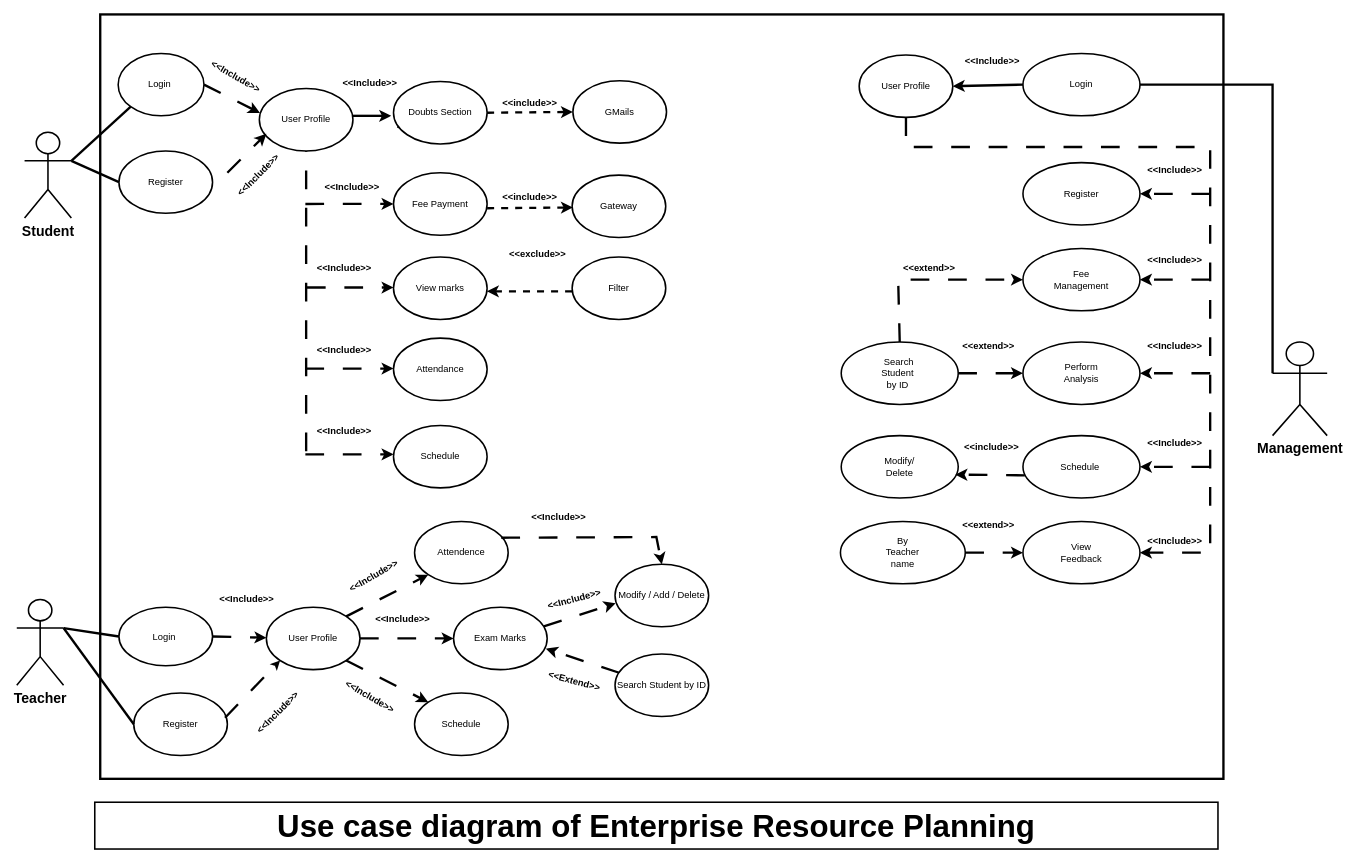
This is Untitled Diagram.drawio from Sumanth-Siddareddy/Enterprise-Resource-Planning, a draw.io file, before an edit. Source tidied: cells renumbered, new cells numbered last; positions are measured from the earlier drawing's top-left corner, leaving out a move shared by most shapes. Both pictures are drawn from the tidied source at 78%, with x=0, y=0 at pixel (16, 14).
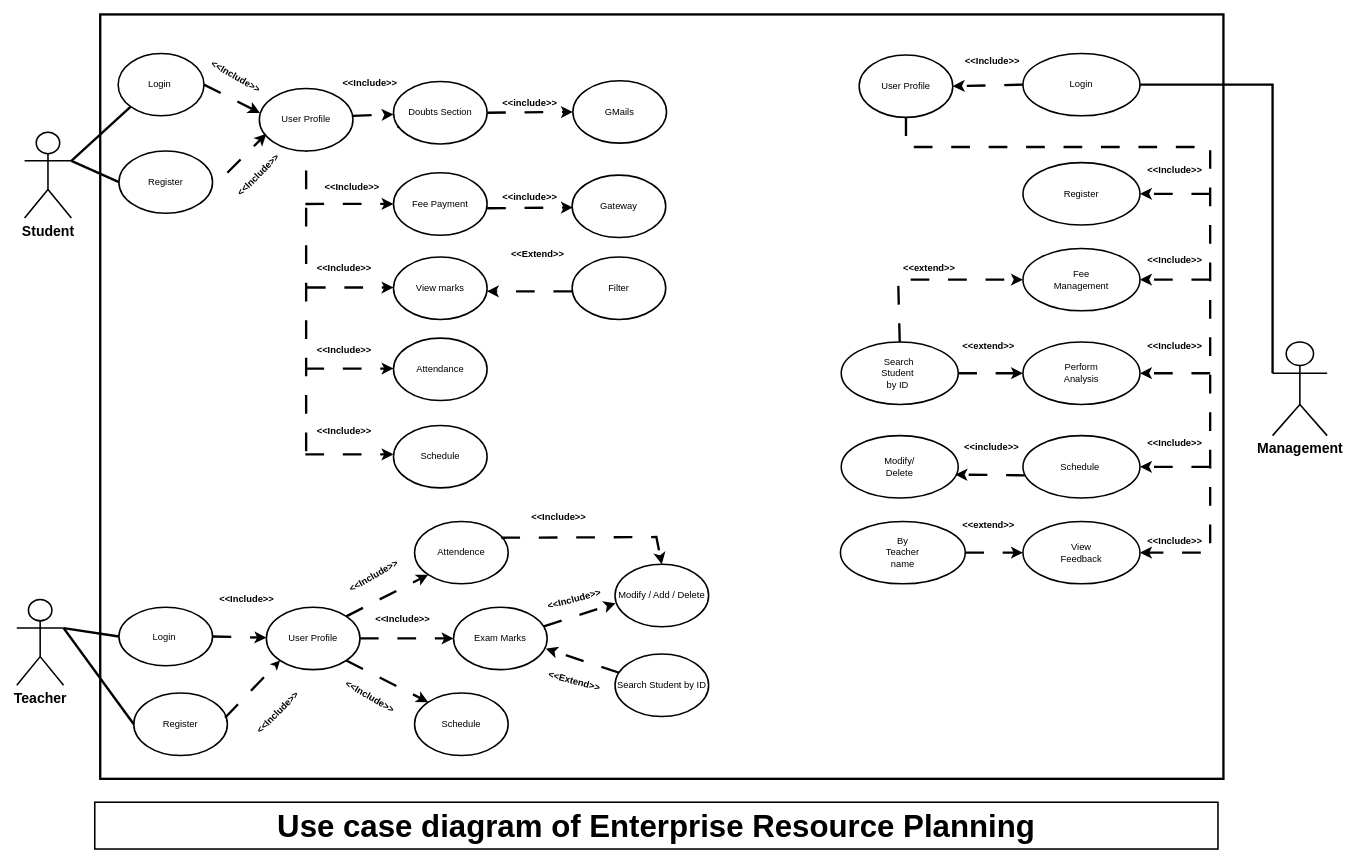
After the change.

The change refers to these unchanged cells:
```xml
<mxCell id="7" style="ellipse;whiteSpace=wrap;html=1;strokeWidth=2;" parent="1" vertex="1">
  <mxGeometry x="1290" y="50" width="150" height="80" as="geometry" />
</mxCell>
<mxCell id="8" value="Doubts Section" style="ellipse;whiteSpace=wrap;html=1;strokeWidth=2;" parent="1" vertex="1">
  <mxGeometry x="483" y="86" width="120" height="80" as="geometry" />
</mxCell>
<mxCell id="31" value="GMails" style="ellipse;whiteSpace=wrap;html=1;strokeWidth=2;" parent="1" vertex="1">
  <mxGeometry x="713" y="85" width="120" height="80" as="geometry" />
</mxCell>
<mxCell id="92" value="User Profile" style="ellipse;whiteSpace=wrap;html=1;strokeWidth=2;" parent="1" vertex="1">
  <mxGeometry x="1080" y="52" width="120" height="80" as="geometry" />
</mxCell>
```

Change to the diagram source:
```diff
@@
-    <mxCell id="35" style="endArrow=classic;html=1;rounded=0;entryX=0;entryY=0.5;entryDx=0;entryDy=0;exitX=1;exitY=0.5;exitDx=0;exitDy=0;dashed=1;strokeWidth=3;" parent="1" edge="1" source="8" target="31">
+    <mxCell id="35" style="endArrow=classic;html=1;rounded=0;entryX=0;entryY=0.5;entryDx=0;entryDy=0;exitX=1;exitY=0.5;exitDx=0;exitDy=0;dashed=1;strokeWidth=3;dashPattern=8 8;" parent="1" edge="1" source="8" target="31">
       <mxGeometry relative="1" as="geometry" />
     </mxCell>
@@
-    <mxCell id="53" style="endArrow=classic;html=1;rounded=0;entryX=0;entryY=0.5;entryDx=0;entryDy=0;exitX=1;exitY=0.5;exitDx=0;exitDy=0;dashed=1;strokeWidth=3;" parent="1" edge="1">
+    <mxCell id="53" style="endArrow=classic;html=1;rounded=0;entryX=0;entryY=0.5;entryDx=0;entryDy=0;exitX=1;exitY=0.5;exitDx=0;exitDy=0;dashed=1;strokeWidth=3;dashPattern=8 8;" parent="1" edge="1">
       <mxGeometry relative="1" as="geometry">
         <mxPoint x="603" y="248.5" as="sourcePoint" />
         <mxPoint x="713" y="247.5" as="targetPoint" />
       </mxGeometry>
     </mxCell>
@@
-    <mxCell id="59" style="endArrow=classic;html=1;rounded=0;dashed=1;entryX=0.188;entryY=0.357;entryDx=0;entryDy=0;entryPerimeter=0;strokeWidth=3;" parent="1" edge="1">
+    <mxCell id="59" style="endArrow=classic;html=1;rounded=0;dashed=1;entryX=0.188;entryY=0.357;entryDx=0;entryDy=0;entryPerimeter=0;strokeWidth=3;dashPattern=8 8;" parent="1" edge="1">
       <mxGeometry relative="1" as="geometry">
         <mxPoint x="712" y="355.1" as="sourcePoint" />
         <mxPoint x="602.7" y="355" as="targetPoint" />
       </mxGeometry>
     </mxCell>
@@
-    <mxCell id="63" value="&amp;lt;&amp;lt;exclude&amp;gt;&amp;gt;" style="text;html=1;align=center;verticalAlign=middle;whiteSpace=wrap;rounded=0;strokeWidth=3;fontStyle=1;" parent="1" vertex="1">
+    <mxCell id="63" value="&amp;lt;&amp;lt;Extend&amp;gt;&amp;gt;" style="text;html=1;align=center;verticalAlign=middle;whiteSpace=wrap;rounded=0;strokeWidth=3;fontStyle=1;" parent="1" vertex="1">
       <mxGeometry x="623" y="288" width="90" height="37" as="geometry" />
     </mxCell>
@@
-    <mxCell id="74" style="endArrow=classic;html=1;rounded=0;strokeWidth=3;" parent="1" edge="1">
+    <mxCell id="74" style="endArrow=classic;html=1;rounded=0;strokeWidth=3;dashed=1;dashPattern=8 8;" parent="1" edge="1" target="8">
       <mxGeometry relative="1" as="geometry">
         <mxPoint x="431" y="130" as="sourcePoint" />
-        <mxPoint x="480" y="130" as="targetPoint" />
       </mxGeometry>
     </mxCell>
@@
-    <mxCell id="94" style="endArrow=classic;html=1;rounded=0;exitX=0;exitY=0.5;exitDx=0;exitDy=0;entryX=1;entryY=0.5;entryDx=0;entryDy=0;strokeWidth=3;" parent="1" edge="1" source="7" target="92">
+    <mxCell id="94" style="endArrow=classic;html=1;rounded=0;exitX=0;exitY=0.5;exitDx=0;exitDy=0;entryX=1;entryY=0.5;entryDx=0;entryDy=0;strokeWidth=3;dashed=1;dashPattern=8 8;" parent="1" edge="1" source="7" target="92">
       <mxGeometry relative="1" as="geometry" />
     </mxCell>
```
